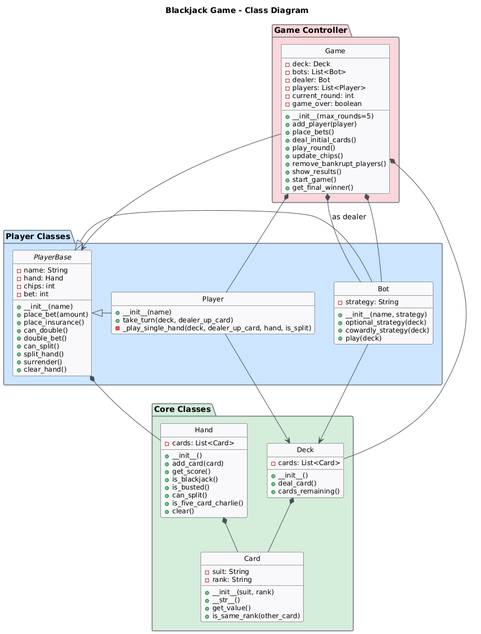
Anastasia-Yakubovskaya/spbu-python-course keeps this PlantUML diagram as docs/UML.png. Above is the earlier version.
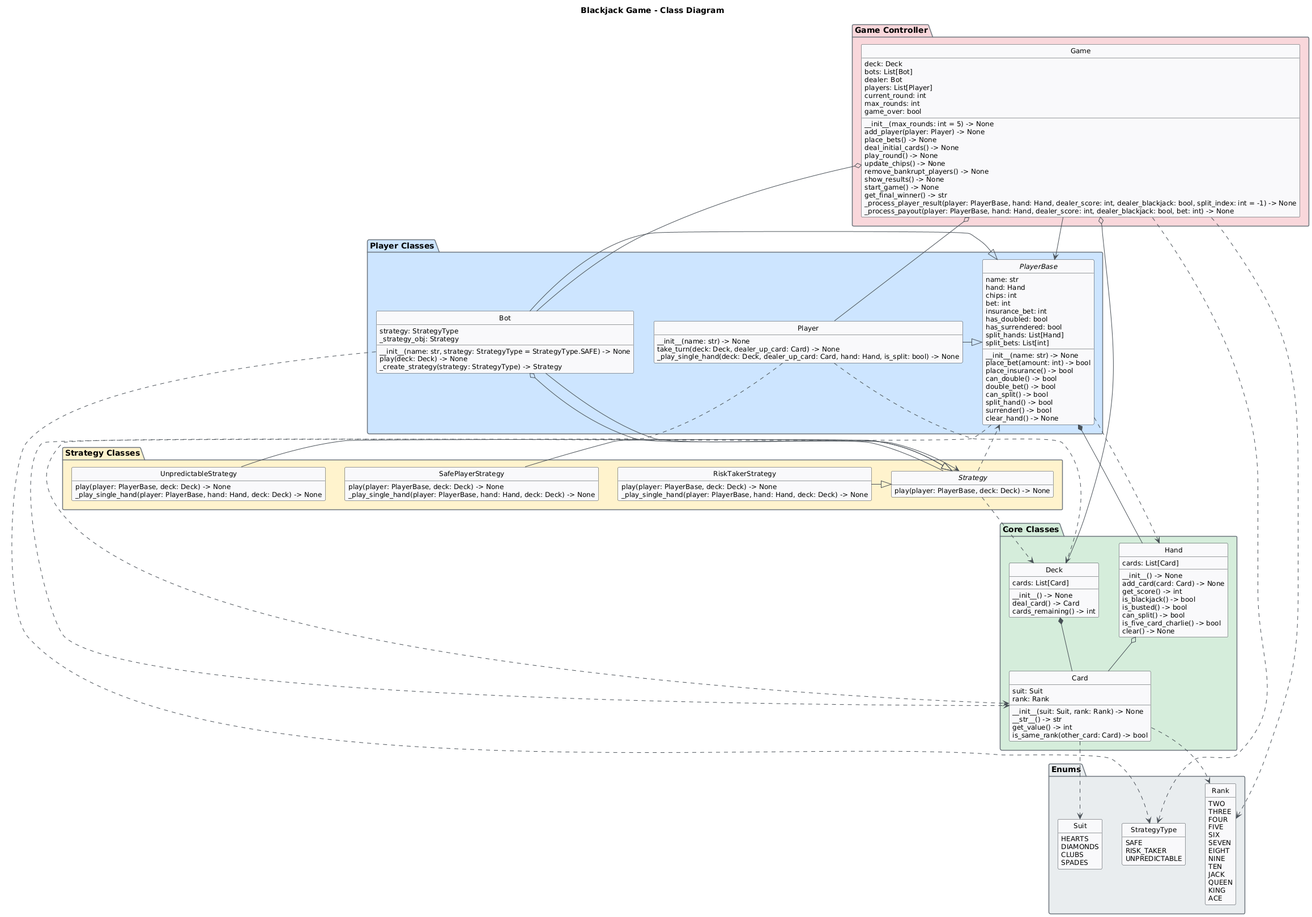
The same diagram one commit later.

Diff of the diagram source:
```diff
@@ -7,7 +7,7 @@
     FontStyle bold
     AttributeFontSize 12
     AttributeFontStyle normal
-    MethodFontSize 12
+    MethodFontSize 11
     MethodFontStyle normal
 }
 
@@ -31,99 +31,177 @@
 
 package "Core Classes" #D4EDDA {
     class Card {
-        - suit: String
-        - rank: String
-        + __init__(suit, rank)
-        + __str__()
-        + get_value()
-        + is_same_rank(other_card)
+        suit: Suit
+        rank: Rank
+        __init__(suit: Suit, rank: Rank) -> None
+        __str__() -> str
+        get_value() -> int
+        is_same_rank(other_card: Card) -> bool
     }
 
     class Deck {
-        - cards: List<Card>
-        + __init__()
-        + deal_card()
-        + cards_remaining()
+        cards: List[Card]
+        __init__() -> None
+        deal_card() -> Card
+        cards_remaining() -> int
     }
 
     class Hand {
-        - cards: List<Card>
-        + __init__()
-        + add_card(card)
-        + get_score()
-        + is_blackjack()
-        + is_busted()
-        + can_split()
-        + is_five_card_charlie()
-        + clear()
+        cards: List[Card]
+        __init__() -> None
+        add_card(card: Card) -> None
+        get_score() -> int
+        is_blackjack() -> bool
+        is_busted() -> bool
+        can_split() -> bool
+        is_five_card_charlie() -> bool
+        clear() -> None
+    }
+}
+
+package "Enums" #E9ECEF {
+    enum Suit {
+        HEARTS
+        DIAMONDS
+        CLUBS
+        SPADES
+    }
+
+    enum Rank {
+        TWO
+        THREE
+        FOUR
+        FIVE
+        SIX
+        SEVEN
+        EIGHT
+        NINE
+        TEN
+        JACK
+        QUEEN
+        KING
+        ACE
+    }
+
+    enum StrategyType {
+        SAFE
+        RISK_TAKER
+        UNPREDICTABLE
+    }
+}
+
+package "Strategy Classes" #FFF3CD {
+    interface Strategy {
+        play(player: PlayerBase, deck: Deck) -> None
+    }
+
+    class SafePlayerStrategy {
+        play(player: PlayerBase, deck: Deck) -> None
+        _play_single_hand(player: PlayerBase, hand: Hand, deck: Deck) -> None
+    }
+
+    class RiskTakerStrategy {
+        play(player: PlayerBase, deck: Deck) -> None
+        _play_single_hand(player: PlayerBase, hand: Hand, deck: Deck) -> None
+    }
+
+    class UnpredictableStrategy {
+        play(player: PlayerBase, deck: Deck) -> None
+        _play_single_hand(player: PlayerBase, hand: Hand, deck: Deck) -> None
     }
 }
 
 package "Player Classes" #CCE5FF {
     abstract class PlayerBase {
-        - name: String
-        - hand: Hand
-        - chips: int
-        - bet: int
-        + __init__(name)
-        + place_bet(amount)
-        + place_insurance()
-        + can_double()
-        + double_bet()
-        + can_split()
-        + split_hand()
-        + surrender()
-        + clear_hand()
+        name: str
+        hand: Hand
+        chips: int
+        bet: int
+        insurance_bet: int
+        has_doubled: bool
+        has_surrendered: bool
+        split_hands: List[Hand]
+        split_bets: List[int]
+        __init__(name: str) -> None
+        place_bet(amount: int) -> bool
+        place_insurance() -> bool
+        can_double() -> bool
+        double_bet() -> bool
+        can_split() -> bool
+        split_hand() -> bool
+        surrender() -> bool
+        clear_hand() -> None
     }
 
     class Bot {
-        - strategy: String
-        + __init__(name, strategy)
-        + optional_strategy(deck)
-        + cowardly_strategy(deck)
-        + play(deck)
+        strategy: StrategyType
+        _strategy_obj: Strategy
+        __init__(name: str, strategy: StrategyType = StrategyType.SAFE) -> None
+        play(deck: Deck) -> None
+        _create_strategy(strategy: StrategyType) -> Strategy
     }
 
     class Player {
-        + __init__(name)
-        + take_turn(deck, dealer_up_card)
-        - _play_single_hand(deck, dealer_up_card, hand, is_split)
+        __init__(name: str) -> None
+        take_turn(deck: Deck, dealer_up_card: Card) -> None
+        _play_single_hand(deck: Deck, dealer_up_card: Card, hand: Hand, is_split: bool) -> None
     }
 }
 
 package "Game Controller" #F8D7DA {
     class Game {
-        - deck: Deck
-        - bots: List<Bot>
-        - dealer: Bot
-        - players: List<Player>
-        - current_round: int
-        - game_over: boolean
-        + __init__(max_rounds=5)
-        + add_player(player)
-        + place_bets()
-        + deal_initial_cards()
-        + play_round()
-        + update_chips()
-        + remove_bankrupt_players()
-        + show_results()
-        + start_game()
-        + get_final_winner()
+        deck: Deck
+        bots: List[Bot]
+        dealer: Bot
+        players: List[Player]
+        current_round: int
+        max_rounds: int
+        game_over: bool
+        __init__(max_rounds: int = 5) -> None
+        add_player(player: Player) -> None
+        place_bets() -> None
+        deal_initial_cards() -> None
+        play_round() -> None
+        update_chips() -> None
+        remove_bankrupt_players() -> None
+        show_results() -> None
+        start_game() -> None
+        get_final_winner() -> str
+        _process_player_result(player: PlayerBase, hand: Hand, dealer_score: int, dealer_blackjack: bool, split_index: int = -1) -> None
+        _process_payout(player: PlayerBase, hand: Hand, dealer_score: int, dealer_blackjack: bool, bet: int) -> None
     }
 }
 
 Deck *-- Card
-Hand *-- Card
+
+Hand o-- Card
+
 PlayerBase *-- Hand
-Game *-- Deck
-Game *--  Bot
-Game *--  Player
-Game *-- Bot : as dealer
+
+Game o-- Bot
+Game o-- Player
+Game o-- Deck
+
+Bot o-- Strategy
 
 Bot -|> PlayerBase
 Player -|> PlayerBase
+SafePlayerStrategy -|> Strategy
+RiskTakerStrategy -|> Strategy
+UnpredictableStrategy -|> Strategy
 
-Bot --> Deck
-Player --> Deck
+Card ..> Suit
+Card ..> Rank
+Bot ..> StrategyType
+Game ..> Rank
+Game ..> StrategyType
+PlayerBase ..> Hand
+PlayerBase ..> Card
+Strategy ..> PlayerBase
+Strategy ..> Deck
+Player ..> Deck
+Player ..> Card
+
 Game --> PlayerBase
+Bot --> Strategy
 @enduml
```
